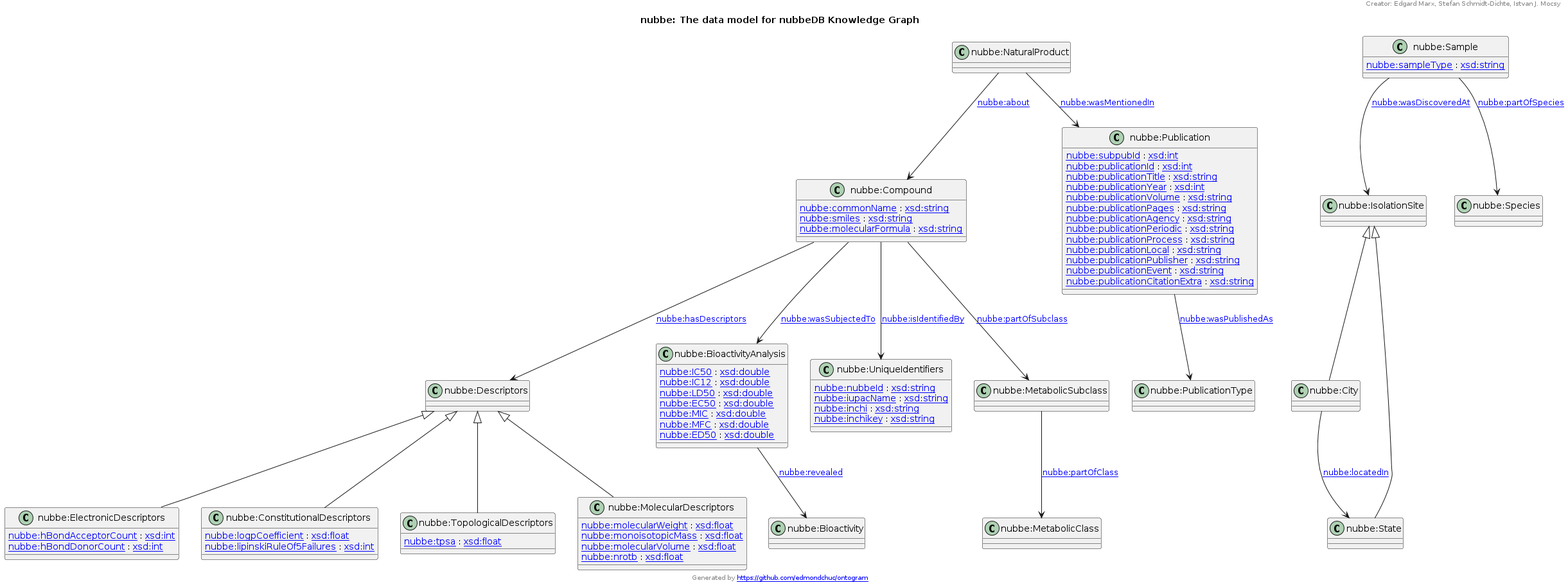
The PlantUML diagram nubbe_schema_1_1_0.ttl.txt.png in chemnet-io/nubbeKG, before a commit. Its diagram source:
```plantuml
@startuml
title nubbe: The data model for nubbeDB Knowledge Graph
"nubbe:Descriptors" <|-- "nubbe:ElectronicDescriptors"
"nubbe:Descriptors" <|-- "nubbe:ConstitutionalDescriptors"
"nubbe:Descriptors" <|-- "nubbe:TopologicalDescriptors"
"nubbe:Descriptors" <|-- "nubbe:MolecularDescriptors"
"nubbe:IsolationSite" <|-- "nubbe:City"
"nubbe:IsolationSite" <|-- "nubbe:State"
Class "nubbe:Compound" [[http://nubbekg.aksw.org/ontology#Compound]] {
[[http://nubbekg.aksw.org/ontology#commonName nubbe:commonName]] : [[http://www.w3.org/2001/XMLSchema#string xsd:string]]
[[http://nubbekg.aksw.org/ontology#smiles nubbe:smiles]] : [[http://www.w3.org/2001/XMLSchema#string xsd:string]]
[[http://nubbekg.aksw.org/ontology#molecularFormula nubbe:molecularFormula]] : [[http://www.w3.org/2001/XMLSchema#string xsd:string]]
}
Class "nubbe:Descriptors" [[http://nubbekg.aksw.org/ontology#Descriptors]] {
}
Class "nubbe:Publication" [[http://nubbekg.aksw.org/ontology#Publication]] {
[[http://nubbekg.aksw.org/ontology#subpubId nubbe:subpubId]] : [[http://www.w3.org/2001/XMLSchema#int xsd:int]]
[[http://nubbekg.aksw.org/ontology#publicationId nubbe:publicationId]] : [[http://www.w3.org/2001/XMLSchema#int xsd:int]]
[[http://nubbekg.aksw.org/ontology#publicationTitle nubbe:publicationTitle]] : [[http://www.w3.org/2001/XMLSchema#string xsd:string]]
[[http://nubbekg.aksw.org/ontology#publicationYear nubbe:publicationYear]] : [[http://www.w3.org/2001/XMLSchema#int xsd:int]]
[[http://nubbekg.aksw.org/ontology#publicationVolume nubbe:publicationVolume]] : [[http://www.w3.org/2001/XMLSchema#string xsd:string]]
[[http://nubbekg.aksw.org/ontology#publicationPages nubbe:publicationPages]] : [[http://www.w3.org/2001/XMLSchema#string xsd:string]]
[[http://nubbekg.aksw.org/ontology#publicationAgency nubbe:publicationAgency]] : [[http://www.w3.org/2001/XMLSchema#string xsd:string]]
[[http://nubbekg.aksw.org/ontology#publicationPeriodic nubbe:publicationPeriodic]] : [[http://www.w3.org/2001/XMLSchema#string xsd:string]]
[[http://nubbekg.aksw.org/ontology#publicationProcess nubbe:publicationProcess]] : [[http://www.w3.org/2001/XMLSchema#string xsd:string]]
[[http://nubbekg.aksw.org/ontology#publicationLocal nubbe:publicationLocal]] : [[http://www.w3.org/2001/XMLSchema#string xsd:string]]
[[http://nubbekg.aksw.org/ontology#publicationPublisher nubbe:publicationPublisher]] : [[http://www.w3.org/2001/XMLSchema#string xsd:string]]
[[http://nubbekg.aksw.org/ontology#publicationEvent nubbe:publicationEvent]] : [[http://www.w3.org/2001/XMLSchema#string xsd:string]]
[[http://nubbekg.aksw.org/ontology#publicationCitationExtra nubbe:publicationCitationExtra]] : [[http://www.w3.org/2001/XMLSchema#string xsd:string]]
}
Class "nubbe:BioactivityAnalysis" [[http://nubbekg.aksw.org/ontology#BioactivityAnalysis]] {
[[http://nubbekg.aksw.org/ontology#IC50 nubbe:IC50]] : [[http://www.w3.org/2001/XMLSchema#double xsd:double]]
[[http://nubbekg.aksw.org/ontology#IC12 nubbe:IC12]] : [[http://www.w3.org/2001/XMLSchema#double xsd:double]]
[[http://nubbekg.aksw.org/ontology#LD50 nubbe:LD50]] : [[http://www.w3.org/2001/XMLSchema#double xsd:double]]
[[http://nubbekg.aksw.org/ontology#EC50 nubbe:EC50]] : [[http://www.w3.org/2001/XMLSchema#double xsd:double]]
[[http://nubbekg.aksw.org/ontology#MIC nubbe:MIC]] : [[http://www.w3.org/2001/XMLSchema#double xsd:double]]
[[http://nubbekg.aksw.org/ontology#MFC nubbe:MFC]] : [[http://www.w3.org/2001/XMLSchema#double xsd:double]]
[[http://nubbekg.aksw.org/ontology#ED50 nubbe:ED50]] : [[http://www.w3.org/2001/XMLSchema#double xsd:double]]
}
Class "nubbe:ElectronicDescriptors" [[http://nubbekg.aksw.org/ontology#ElectronicDescriptors]] {
[[http://nubbekg.aksw.org/ontology#hBondAcceptorCount nubbe:hBondAcceptorCount]] : [[http://www.w3.org/2001/XMLSchema#int xsd:int]]
[[http://nubbekg.aksw.org/ontology#hBondDonorCount nubbe:hBondDonorCount]] : [[http://www.w3.org/2001/XMLSchema#int xsd:int]]
}
Class "nubbe:ConstitutionalDescriptors" [[http://nubbekg.aksw.org/ontology#ConstitutionalDescriptors]] {
[[http://nubbekg.aksw.org/ontology#logpCoefficient nubbe:logpCoefficient]] : [[http://www.w3.org/2001/XMLSchema#float xsd:float]]
[[http://nubbekg.aksw.org/ontology#lipinskiRuleOf5Failures nubbe:lipinskiRuleOf5Failures]] : [[http://www.w3.org/2001/XMLSchema#int xsd:int]]
}
Class "nubbe:TopologicalDescriptors" [[http://nubbekg.aksw.org/ontology#TopologicalDescriptors]] {
[[http://nubbekg.aksw.org/ontology#tpsa nubbe:tpsa]] : [[http://www.w3.org/2001/XMLSchema#float xsd:float]]
}
Class "nubbe:MolecularDescriptors" [[http://nubbekg.aksw.org/ontology#MolecularDescriptors]] {
[[http://nubbekg.aksw.org/ontology#molecularWeight nubbe:molecularWeight]] : [[http://www.w3.org/2001/XMLSchema#float xsd:float]]
[[http://nubbekg.aksw.org/ontology#monoisotopicMass nubbe:monoisotopicMass]] : [[http://www.w3.org/2001/XMLSchema#float xsd:float]]
[[http://nubbekg.aksw.org/ontology#molecularVolume nubbe:molecularVolume]] : [[http://www.w3.org/2001/XMLSchema#float xsd:float]]
[[http://nubbekg.aksw.org/ontology#nrotb nubbe:nrotb]] : [[http://www.w3.org/2001/XMLSchema#float xsd:float]]
}
Class "nubbe:UniqueIdentifiers" [[http://nubbekg.aksw.org/ontology#UniqueIdentifiers]] {
[[http://nubbekg.aksw.org/ontology#nubbeId nubbe:nubbeId]] : [[http://www.w3.org/2001/XMLSchema#string xsd:string]]
[[http://nubbekg.aksw.org/ontology#iupacName nubbe:iupacName]] : [[http://www.w3.org/2001/XMLSchema#string xsd:string]]
[[http://nubbekg.aksw.org/ontology#inchi nubbe:inchi]] : [[http://www.w3.org/2001/XMLSchema#string xsd:string]]
[[http://nubbekg.aksw.org/ontology#inchikey nubbe:inchikey]] : [[http://www.w3.org/2001/XMLSchema#string xsd:string]]
}
Class "nubbe:Species" [[http://nubbekg.aksw.org/ontology#Species]] {
}
Class "nubbe:IsolationSite" [[http://nubbekg.aksw.org/ontology#IsolationSite]] {
}
Class "nubbe:City" [[http://nubbekg.aksw.org/ontology#City]] {
}
Class "nubbe:State" [[http://nubbekg.aksw.org/ontology#State]] {
}
Class "nubbe:Bioactivity" [[http://nubbekg.aksw.org/ontology#Bioactivity]] {
}
Class "nubbe:PublicationType" [[http://nubbekg.aksw.org/ontology#PublicationType]] {
}
Class "nubbe:MetabolicSubclass" [[http://nubbekg.aksw.org/ontology#MetabolicSubclass]] {
}
Class "nubbe:MetabolicClass" [[http://nubbekg.aksw.org/ontology#MetabolicClass]] {
}
Class "nubbe:Sample" [[http://nubbekg.aksw.org/ontology#Sample]] {
[[http://nubbekg.aksw.org/ontology#sampleType nubbe:sampleType]] : [[http://www.w3.org/2001/XMLSchema#string xsd:string]]
}
Class "nubbe:NaturalProduct" [[http://nubbekg.aksw.org/ontology#NaturalProduct]] {
}
"nubbe:Compound" --> "nubbe:Descriptors" : "[[http://nubbekg.aksw.org/ontology#hasDescriptors nubbe:hasDescriptors]]"
"nubbe:NaturalProduct" --> "nubbe:Compound" : "[[http://nubbekg.aksw.org/ontology#about nubbe:about]]"
"nubbe:Sample" --> "nubbe:IsolationSite" : "[[http://nubbekg.aksw.org/ontology#wasDiscoveredAt nubbe:wasDiscoveredAt]]"
"nubbe:Compound" --> "nubbe:BioactivityAnalysis" : "[[http://nubbekg.aksw.org/ontology#wasSubjectedTo nubbe:wasSubjectedTo]]"
"nubbe:Compound" --> "nubbe:UniqueIdentifiers" : "[[http://nubbekg.aksw.org/ontology#isIdentifiedBy nubbe:isIdentifiedBy]]"
"nubbe:NaturalProduct" --> "nubbe:Publication" : "[[http://nubbekg.aksw.org/ontology#wasMentionedIn nubbe:wasMentionedIn]]"
"nubbe:Sample" --> "nubbe:Species" : "[[http://nubbekg.aksw.org/ontology#partOfSpecies nubbe:partOfSpecies]]"
"nubbe:Compound" --> "nubbe:MetabolicSubclass" : "[[http://nubbekg.aksw.org/ontology#partOfSubclass nubbe:partOfSubclass]]"
"nubbe:MetabolicSubclass" --> "nubbe:MetabolicClass" : "[[http://nubbekg.aksw.org/ontology#partOfClass nubbe:partOfClass]]"
"nubbe:BioactivityAnalysis" --> "nubbe:Bioactivity" : "[[http://nubbekg.aksw.org/ontology#revealed nubbe:revealed]]"
"nubbe:City" --> "nubbe:State" : "[[http://nubbekg.aksw.org/ontology#locatedIn nubbe:locatedIn]]"
"nubbe:Publication" --> "nubbe:PublicationType" : "[[http://nubbekg.aksw.org/ontology#wasPublishedAs nubbe:wasPublishedAs]]"
header
Creator: Edgard Marx, Stefan Schmidt-Dichte, Istvan J. Mocsy
endheader
center footer Generated by [[https://github.com/edmondchuc/ontogram https://github.com/edmondchuc/ontogram]]
@enduml
```
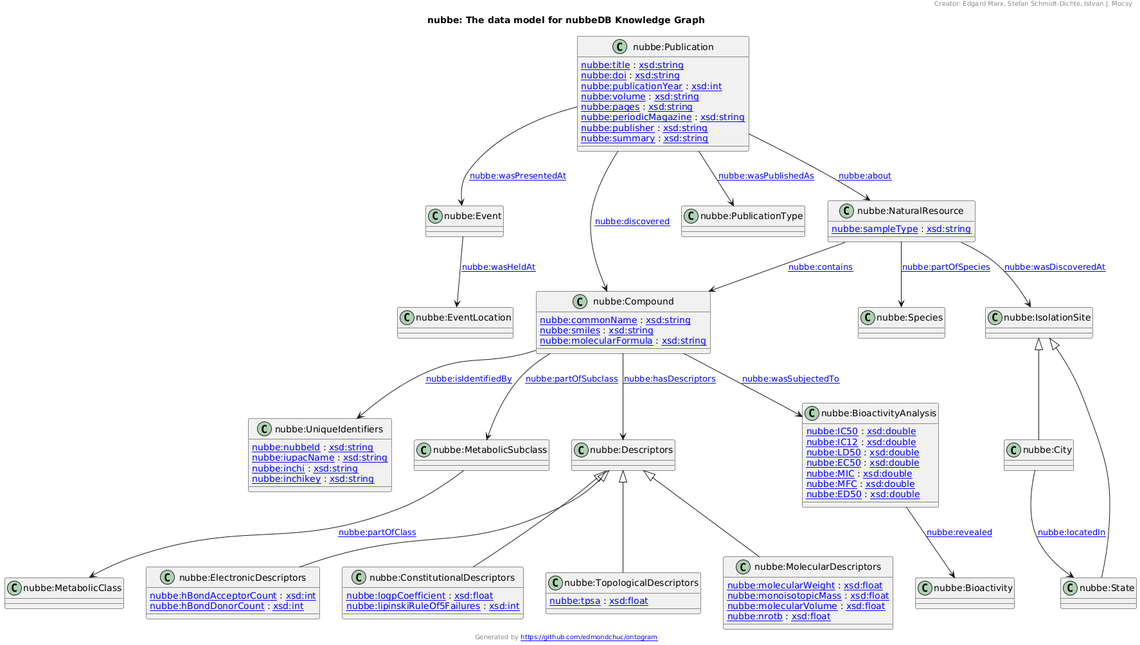
After the change.

What changed in the source:
```diff
@@ -11,22 +11,21 @@
 [[http://nubbekg.aksw.org/ontology#smiles nubbe:smiles]] : [[http://www.w3.org/2001/XMLSchema#string xsd:string]]
 [[http://nubbekg.aksw.org/ontology#molecularFormula nubbe:molecularFormula]] : [[http://www.w3.org/2001/XMLSchema#string xsd:string]]
 }
+Class "nubbe:EventLocation" [[http://nubbekg.aksw.org/ontology#EventLocation]] {
+}
+Class "nubbe:Event" [[http://nubbekg.aksw.org/ontology#Event]] {
+}
 Class "nubbe:Descriptors" [[http://nubbekg.aksw.org/ontology#Descriptors]] {
 }
 Class "nubbe:Publication" [[http://nubbekg.aksw.org/ontology#Publication]] {
-[[http://nubbekg.aksw.org/ontology#subpubId nubbe:subpubId]] : [[http://www.w3.org/2001/XMLSchema#int xsd:int]]
-[[http://nubbekg.aksw.org/ontology#publicationId nubbe:publicationId]] : [[http://www.w3.org/2001/XMLSchema#int xsd:int]]
-[[http://nubbekg.aksw.org/ontology#publicationTitle nubbe:publicationTitle]] : [[http://www.w3.org/2001/XMLSchema#string xsd:string]]
+[[http://nubbekg.aksw.org/ontology#title nubbe:title]] : [[http://www.w3.org/2001/XMLSchema#string xsd:string]]
+[[http://nubbekg.aksw.org/ontology#doi nubbe:doi]] : [[http://www.w3.org/2001/XMLSchema#string xsd:string]]
 [[http://nubbekg.aksw.org/ontology#publicationYear nubbe:publicationYear]] : [[http://www.w3.org/2001/XMLSchema#int xsd:int]]
-[[http://nubbekg.aksw.org/ontology#publicationVolume nubbe:publicationVolume]] : [[http://www.w3.org/2001/XMLSchema#string xsd:string]]
-[[http://nubbekg.aksw.org/ontology#publicationPages nubbe:publicationPages]] : [[http://www.w3.org/2001/XMLSchema#string xsd:string]]
-[[http://nubbekg.aksw.org/ontology#publicationAgency nubbe:publicationAgency]] : [[http://www.w3.org/2001/XMLSchema#string xsd:string]]
-[[http://nubbekg.aksw.org/ontology#publicationPeriodic nubbe:publicationPeriodic]] : [[http://www.w3.org/2001/XMLSchema#string xsd:string]]
-[[http://nubbekg.aksw.org/ontology#publicationProcess nubbe:publicationProcess]] : [[http://www.w3.org/2001/XMLSchema#string xsd:string]]
-[[http://nubbekg.aksw.org/ontology#publicationLocal nubbe:publicationLocal]] : [[http://www.w3.org/2001/XMLSchema#string xsd:string]]
-[[http://nubbekg.aksw.org/ontology#publicationPublisher nubbe:publicationPublisher]] : [[http://www.w3.org/2001/XMLSchema#string xsd:string]]
-[[http://nubbekg.aksw.org/ontology#publicationEvent nubbe:publicationEvent]] : [[http://www.w3.org/2001/XMLSchema#string xsd:string]]
-[[http://nubbekg.aksw.org/ontology#publicationCitationExtra nubbe:publicationCitationExtra]] : [[http://www.w3.org/2001/XMLSchema#string xsd:string]]
+[[http://nubbekg.aksw.org/ontology#volume nubbe:volume]] : [[http://www.w3.org/2001/XMLSchema#string xsd:string]]
+[[http://nubbekg.aksw.org/ontology#pages nubbe:pages]] : [[http://www.w3.org/2001/XMLSchema#string xsd:string]]
+[[http://nubbekg.aksw.org/ontology#periodicMagazine nubbe:periodicMagazine]] : [[http://www.w3.org/2001/XMLSchema#string xsd:string]]
+[[http://nubbekg.aksw.org/ontology#publisher nubbe:publisher]] : [[http://www.w3.org/2001/XMLSchema#string xsd:string]]
+[[http://nubbekg.aksw.org/ontology#summary nubbe:summary]] : [[http://www.w3.org/2001/XMLSchema#string xsd:string]]
 }
 Class "nubbe:BioactivityAnalysis" [[http://nubbekg.aksw.org/ontology#BioactivityAnalysis]] {
 [[http://nubbekg.aksw.org/ontology#IC50 nubbe:IC50]] : [[http://www.w3.org/2001/XMLSchema#double xsd:double]]
@@ -76,18 +75,19 @@
 }
 Class "nubbe:MetabolicClass" [[http://nubbekg.aksw.org/ontology#MetabolicClass]] {
 }
-Class "nubbe:Sample" [[http://nubbekg.aksw.org/ontology#Sample]] {
+Class "nubbe:NaturalResource" [[http://nubbekg.aksw.org/ontology#NaturalResource]] {
 [[http://nubbekg.aksw.org/ontology#sampleType nubbe:sampleType]] : [[http://www.w3.org/2001/XMLSchema#string xsd:string]]
 }
-Class "nubbe:NaturalProduct" [[http://nubbekg.aksw.org/ontology#NaturalProduct]] {
-}
 "nubbe:Compound" --> "nubbe:Descriptors" : "[[http://nubbekg.aksw.org/ontology#hasDescriptors nubbe:hasDescriptors]]"
-"nubbe:NaturalProduct" --> "nubbe:Compound" : "[[http://nubbekg.aksw.org/ontology#about nubbe:about]]"
-"nubbe:Sample" --> "nubbe:IsolationSite" : "[[http://nubbekg.aksw.org/ontology#wasDiscoveredAt nubbe:wasDiscoveredAt]]"
+"nubbe:Publication" --> "nubbe:Compound" : "[[http://nubbekg.aksw.org/ontology#discovered nubbe:discovered]]"
+"nubbe:NaturalResource" --> "nubbe:IsolationSite" : "[[http://nubbekg.aksw.org/ontology#wasDiscoveredAt nubbe:wasDiscoveredAt]]"
+"nubbe:Event" --> "nubbe:EventLocation" : "[[http://nubbekg.aksw.org/ontology#wasHeldAt nubbe:wasHeldAt]]"
+"nubbe:Publication" --> "nubbe:Event" : "[[http://nubbekg.aksw.org/ontology#wasPresentedAt nubbe:wasPresentedAt]]"
 "nubbe:Compound" --> "nubbe:BioactivityAnalysis" : "[[http://nubbekg.aksw.org/ontology#wasSubjectedTo nubbe:wasSubjectedTo]]"
 "nubbe:Compound" --> "nubbe:UniqueIdentifiers" : "[[http://nubbekg.aksw.org/ontology#isIdentifiedBy nubbe:isIdentifiedBy]]"
-"nubbe:NaturalProduct" --> "nubbe:Publication" : "[[http://nubbekg.aksw.org/ontology#wasMentionedIn nubbe:wasMentionedIn]]"
-"nubbe:Sample" --> "nubbe:Species" : "[[http://nubbekg.aksw.org/ontology#partOfSpecies nubbe:partOfSpecies]]"
+"nubbe:Publication" --> "nubbe:NaturalResource" : "[[http://nubbekg.aksw.org/ontology#about nubbe:about]]"
+"nubbe:NaturalResource" --> "nubbe:Compound" : "[[http://nubbekg.aksw.org/ontology#contains nubbe:contains]]"
+"nubbe:NaturalResource" --> "nubbe:Species" : "[[http://nubbekg.aksw.org/ontology#partOfSpecies nubbe:partOfSpecies]]"
 "nubbe:Compound" --> "nubbe:MetabolicSubclass" : "[[http://nubbekg.aksw.org/ontology#partOfSubclass nubbe:partOfSubclass]]"
 "nubbe:MetabolicSubclass" --> "nubbe:MetabolicClass" : "[[http://nubbekg.aksw.org/ontology#partOfClass nubbe:partOfClass]]"
 "nubbe:BioactivityAnalysis" --> "nubbe:Bioactivity" : "[[http://nubbekg.aksw.org/ontology#revealed nubbe:revealed]]"
```
